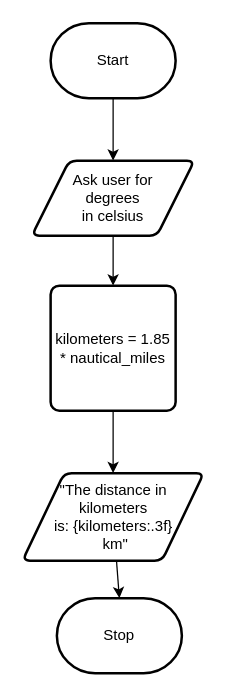
Earlier version of the draw.io diagram design/flowchart.drawio (MTHS-ICS3U-2-2022/ICS3U-Unit-5-01-Nina-S-Mathew). Source tidied: cells renumbered, new cells numbered last; positions are measured from the earlier drawing's top-left corner, leaving out a move shared by most shapes. Both pictures are drawn from the tidied source at 125%, with x=0, y=0 at pixel (22, 22).
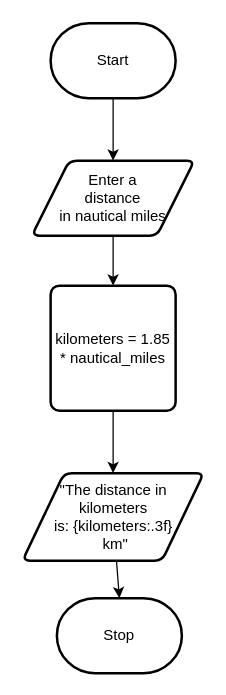
Above is the later version.

What changed in the source:
```diff
@@
 <mxGraphModel>
   <root>
     <mxCell id="0" />
     <mxCell id="1" parent="0" />
     <mxCell id="2" style="edgeStyle=none;html=1;entryX=0.5;entryY=0;entryDx=0;entryDy=0;" parent="1" edge="1" source="3" target="5">
       <mxGeometry relative="1" as="geometry" />
     </mxCell>
     <mxCell id="3" value="Start" style="strokeWidth=2;html=1;shape=mxgraph.flowchart.terminator;whiteSpace=wrap;" parent="1" vertex="1">
       <mxGeometry x="22" width="100" height="60" as="geometry" />
     </mxCell>
     <mxCell id="4" style="edgeStyle=none;html=1;" parent="1" edge="1" source="5" target="7">
       <mxGeometry relative="1" as="geometry" />
     </mxCell>
-    <mxCell id="5" value="Ask user for &lt;br&gt;degrees &lt;br&gt;in celsius" style="shape=parallelogram;html=1;strokeWidth=2;perimeter=parallelogramPerimeter;whiteSpace=wrap;rounded=1;arcSize=12;size=0.23;" parent="1" vertex="1">
+    <mxCell id="5" value="Enter a &lt;br&gt;distance &lt;br&gt;in nautical miles" style="shape=parallelogram;html=1;strokeWidth=2;perimeter=parallelogramPerimeter;whiteSpace=wrap;rounded=1;arcSize=12;size=0.23;" parent="1" vertex="1">
       <mxGeometry x="7" y="110" width="130" height="60" as="geometry" />
     </mxCell>
     <mxCell id="6" style="edgeStyle=none;html=1;" parent="1" edge="1" source="7" target="9">
       <mxGeometry relative="1" as="geometry" />
     </mxCell>
     <mxCell id="7" value="kilometers = 1.85 * nautical_miles" style="rounded=1;whiteSpace=wrap;html=1;absoluteArcSize=1;arcSize=14;strokeWidth=2;" parent="1" vertex="1">
       <mxGeometry x="22" y="210" width="100" height="100" as="geometry" />
     </mxCell>
     <mxCell id="8" style="edgeStyle=none;html=1;entryX=0.5;entryY=0;entryDx=0;entryDy=0;entryPerimeter=0;" parent="1" edge="1" source="9" target="10">
       <mxGeometry relative="1" as="geometry" />
     </mxCell>
     <mxCell id="9" value="&quot;The distance in kilometers &lt;br&gt;is: {kilometers:.3f}&lt;br&gt;&amp;nbsp;km&quot;" style="shape=parallelogram;html=1;strokeWidth=2;perimeter=parallelogramPerimeter;whiteSpace=wrap;rounded=1;arcSize=12;size=0.23;" parent="1" vertex="1">
       <mxGeometry x="-0.5" y="360" width="145" height="70" as="geometry" />
     </mxCell>
     <mxCell id="10" value="Stop" style="strokeWidth=2;html=1;shape=mxgraph.flowchart.terminator;whiteSpace=wrap;" parent="1" vertex="1">
       <mxGeometry x="27" y="460" width="100" height="60" as="geometry" />
     </mxCell>
   </root>
 </mxGraphModel>
```
